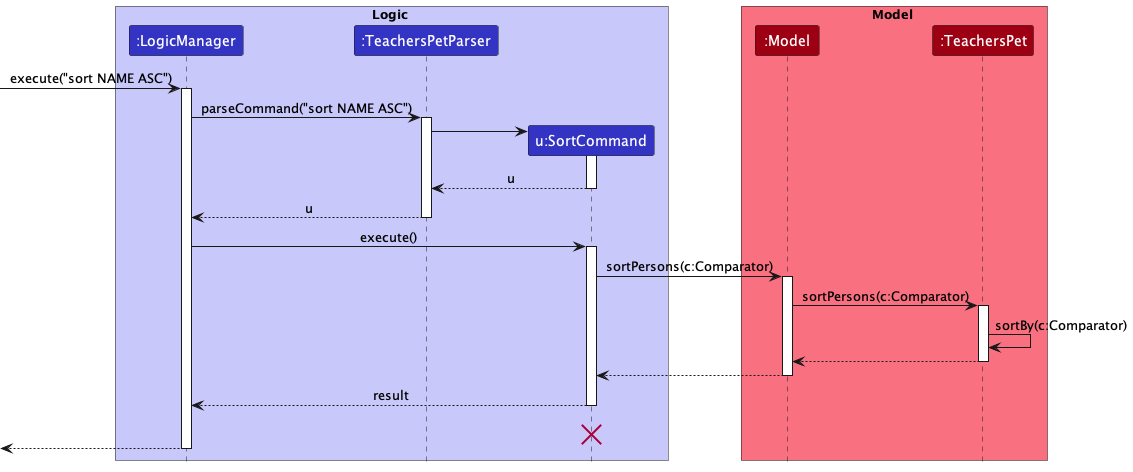
Earlier version of the PlantUML export docs/images/DG-images/SortBySequenceDiagram.png (nus-cs2103-AY2223S1/tp).
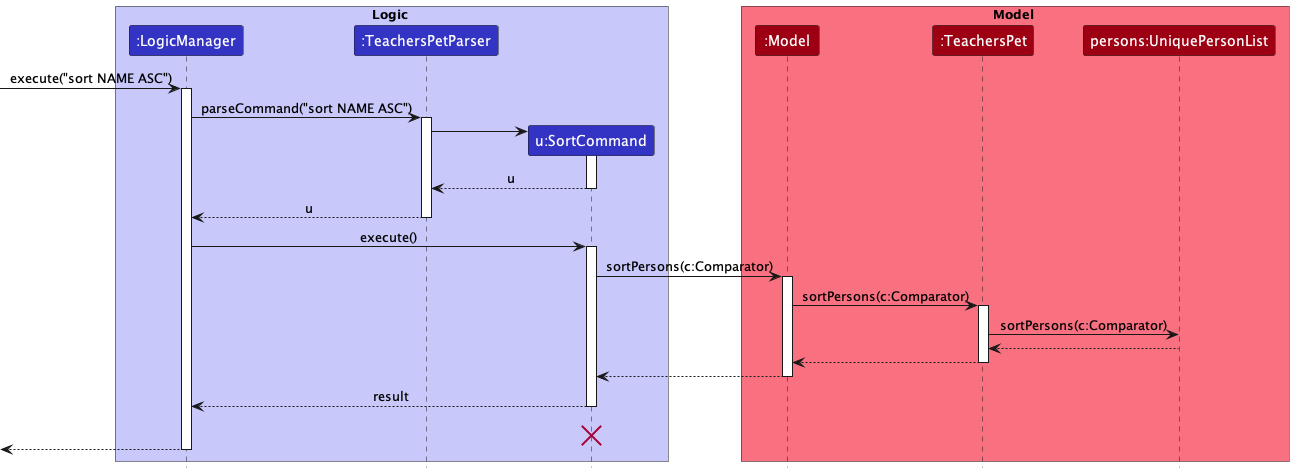
After the change.

Diff of the diagram source:
```diff
@@ -10,6 +10,7 @@
 box Model MODEL_COLOR_T1
 participant ":Model" as Model MODEL_COLOR
 participant ":TeachersPet" as TeachersPet MODEL_COLOR
+participant "persons:UniquePersonList" as UniquePersonList MODEL_COLOR
 end box
 [-> LogicManager : execute("sort NAME ASC")
 activate LogicManager
@@ -36,8 +37,11 @@
 Model -> TeachersPet : sortPersons(c:Comparator)
 activate TeachersPet
 
-TeachersPet -> TeachersPet :sortBy(c:Comparator)
-TeachersPet --> Model :
+TeachersPet -> UniquePersonList : sortPersons(c:Comparator)
+UniquePersonList --> TeachersPet
+deactivate UniquePersonList
+
+TeachersPet --> Model
 deactivate TeachersPet
 
 Model --> SortCommand
```
